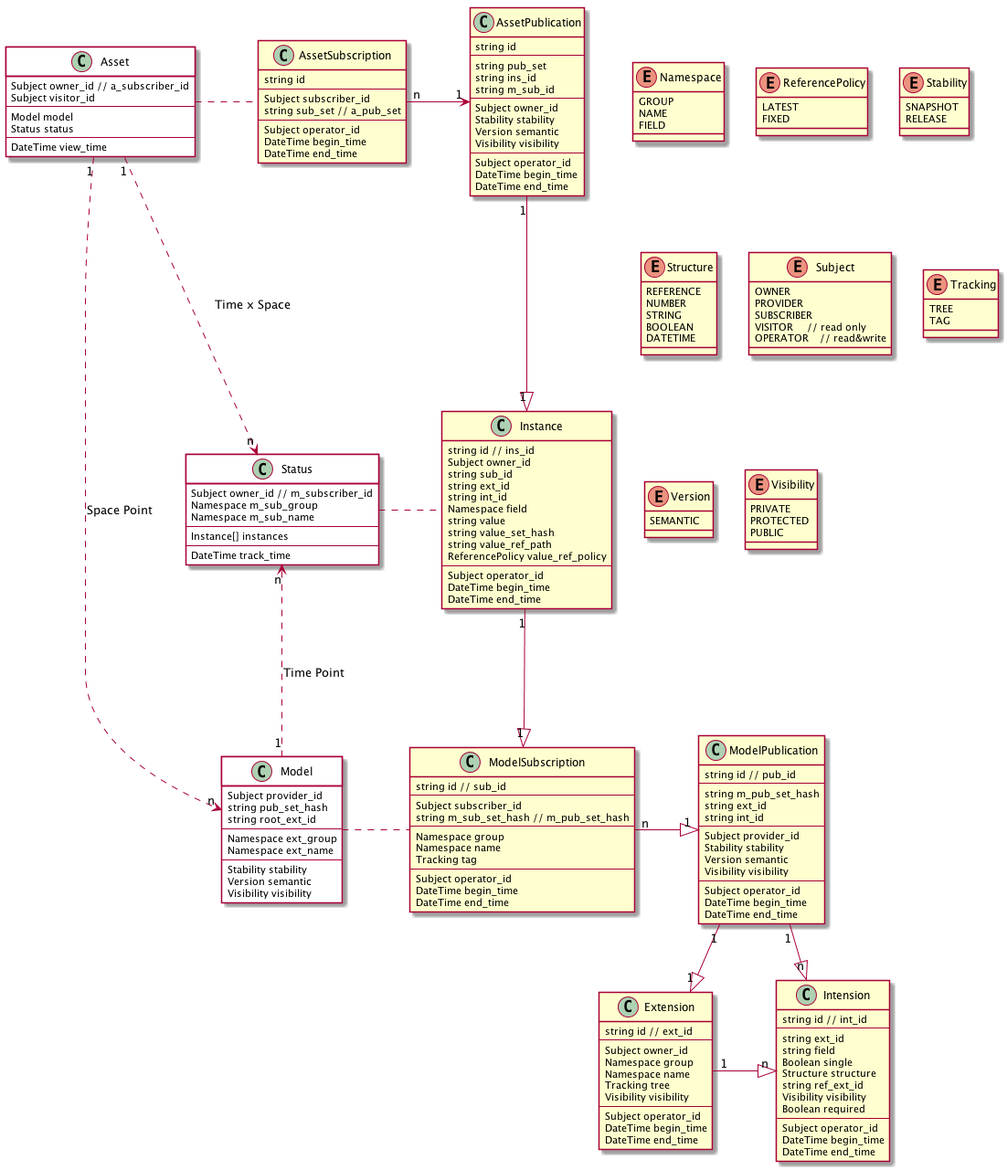
Above: kiimate.png in SINeWang/kiimate (PlantUML), before the change.
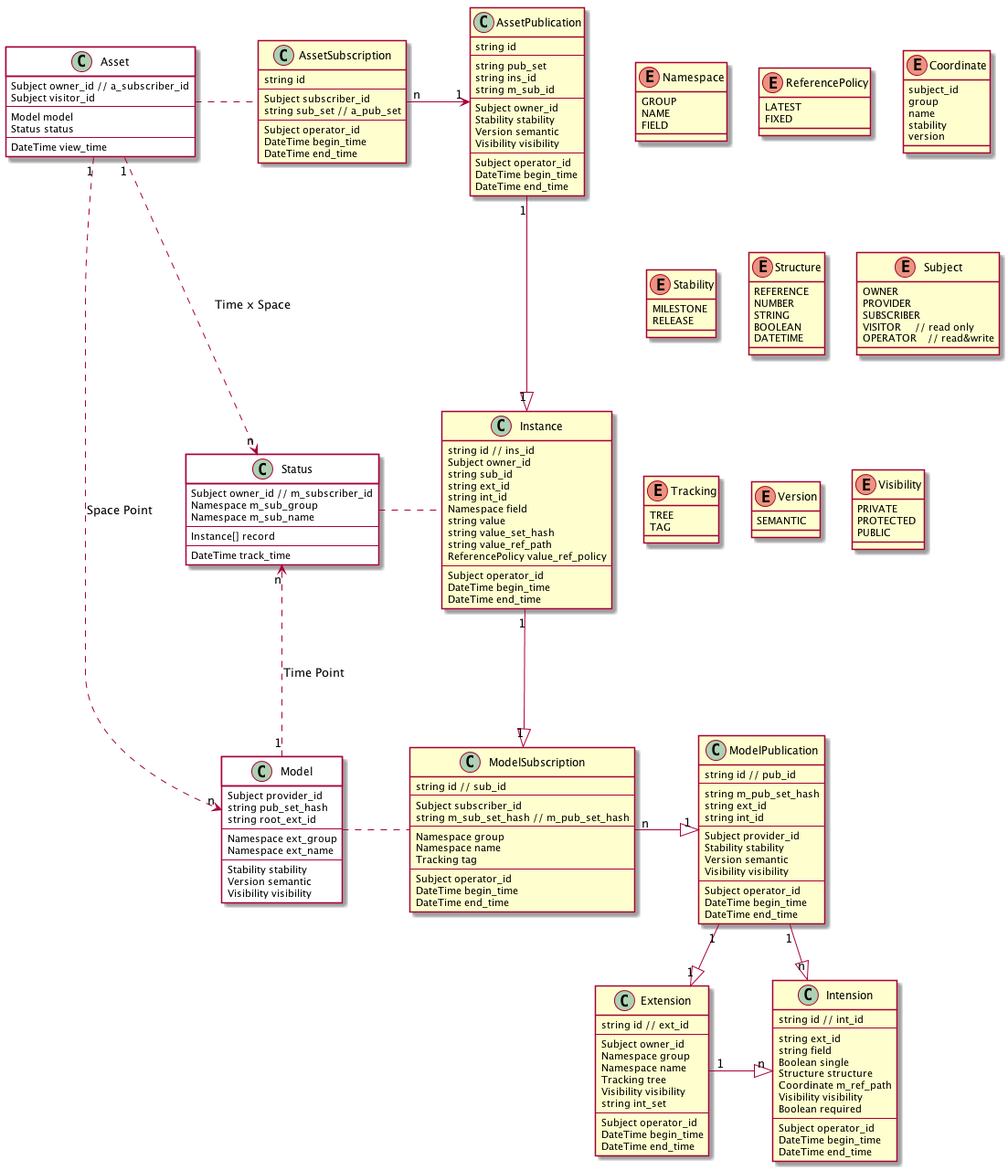
After the commit.

Commit message:
update concept model

What changed in the source:
```diff
@@ -43,7 +43,7 @@
     Namespace m_sub_group
     Namespace m_sub_name
     ---
-    Instance[] instances
+    Instance[] record
     ---
     DateTime track_time
 }
@@ -99,6 +99,7 @@
     Namespace name
     Tracking tree
     Visibility visibility
+    string int_set
     ---
     Subject operator_id
     DateTime begin_time
@@ -112,7 +113,7 @@
     string field
     Boolean single
     Structure structure
-    string ref_ext_id
+    Coordinate m_ref_path
     Visibility visibility
     Boolean required
     ---
@@ -178,15 +179,24 @@
     NAME
     FIELD
 }
+
 enum ReferencePolicy {
     LATEST
     FIXED
 }
+enum Coordinate {
+    subject_id
+    group
+    name
+    stability
+    version
+}
 
 enum Stability {
-    SNAPSHOT
+    MILESTONE
     RELEASE
 }
+
 enum Structure {
     REFERENCE
     NUMBER
```
